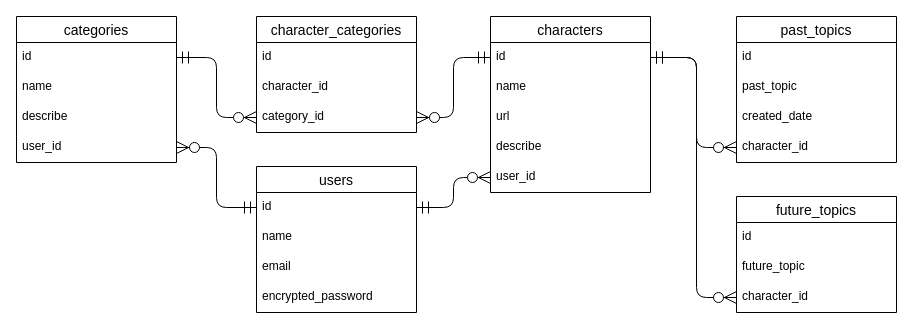
Before: tables.drawio in yoma2003/topic_stocker, a draw.io diagram. Source tidied: cells renumbered, new cells numbered last; positions are measured from the earlier drawing's top-left corner, leaving out a move shared by most shapes. Both pictures are drawn from the tidied source at 100%, with x=0, y=0 at pixel (16, 16).
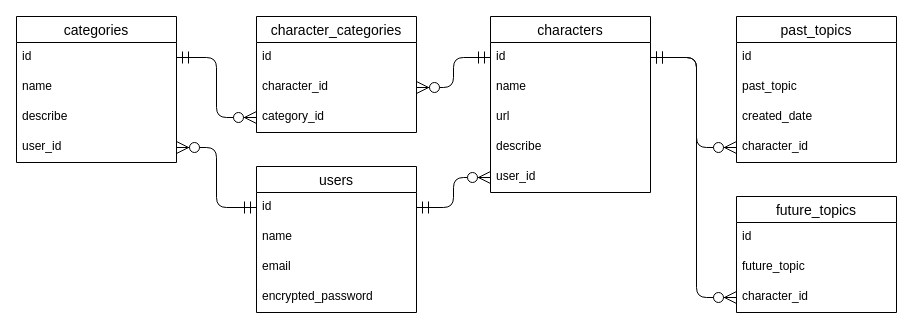
The same diagram, later.

Unchanged cells that the change refers to:
```xml
<mxCell id="8" value="id" style="text;strokeColor=none;fillColor=none;spacingLeft=4;spacingRight=4;overflow=hidden;points=[[0,0.5],[1,0.5]];portConstraint=eastwest;fontSize=12;" parent="7" vertex="1">
  <mxGeometry y="26" width="160" height="30" as="geometry" />
</mxCell>
<mxCell id="29" value="character_id" style="text;strokeColor=none;fillColor=none;spacingLeft=4;spacingRight=4;overflow=hidden;points=[[0,0.5],[1,0.5]];portConstraint=eastwest;fontSize=12;" parent="27" vertex="1">
  <mxGeometry y="56" width="160" height="30" as="geometry" />
</mxCell>
<mxCell id="30" value="category_id" style="text;strokeColor=none;fillColor=none;spacingLeft=4;spacingRight=4;overflow=hidden;points=[[0,0.5],[1,0.5]];portConstraint=eastwest;fontSize=12;" parent="27" vertex="1">
  <mxGeometry y="86" width="160" height="30" as="geometry" />
</mxCell>
```

Change to the diagram source:
```diff
@@
-    <mxCell id="36" style="edgeStyle=orthogonalEdgeStyle;fontSize=12;html=1;endArrow=ERzeroToMany;startArrow=ERmandOne;startSize=10;endSize=10;exitX=0;exitY=0.5;exitDx=0;exitDy=0;entryX=1;entryY=0.5;entryDx=0;entryDy=0;" parent="1" edge="1" source="8" target="30">
+    <mxCell id="36" style="edgeStyle=orthogonalEdgeStyle;fontSize=12;html=1;endArrow=ERzeroToMany;startArrow=ERmandOne;startSize=10;endSize=10;exitX=0;exitY=0.5;exitDx=0;exitDy=0;entryX=1;entryY=0.5;entryDx=0;entryDy=0;" parent="1" edge="1" source="8" target="29">
       <mxGeometry relative="1" as="geometry" />
     </mxCell>
```
